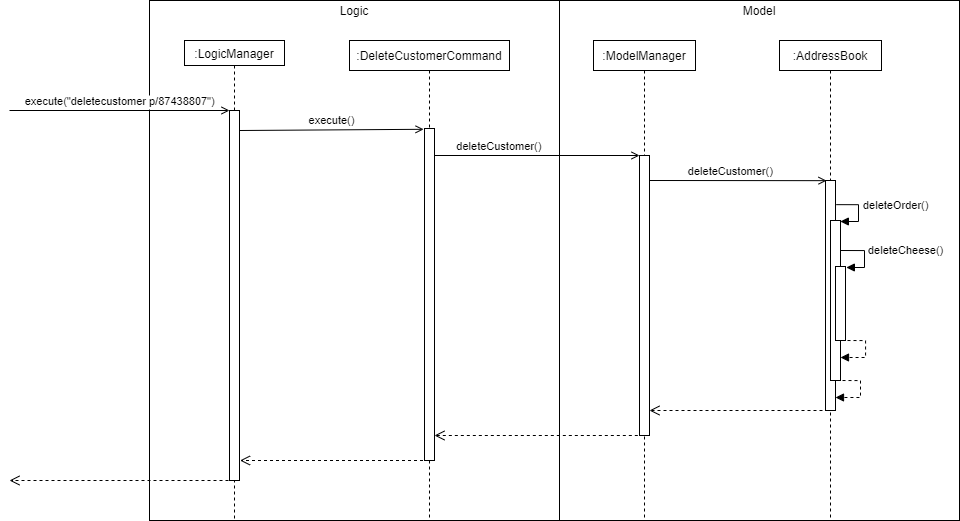
Earlier version of the draw.io export docs/images/DeleteCustomerSeqDiagram_CHIM.png (nus-cs2103-AY2021S2/tp). Source tidied: cells renumbered, new cells last; positions are measured from the earlier drawing's top-left corner, leaving out a move shared by most shapes.
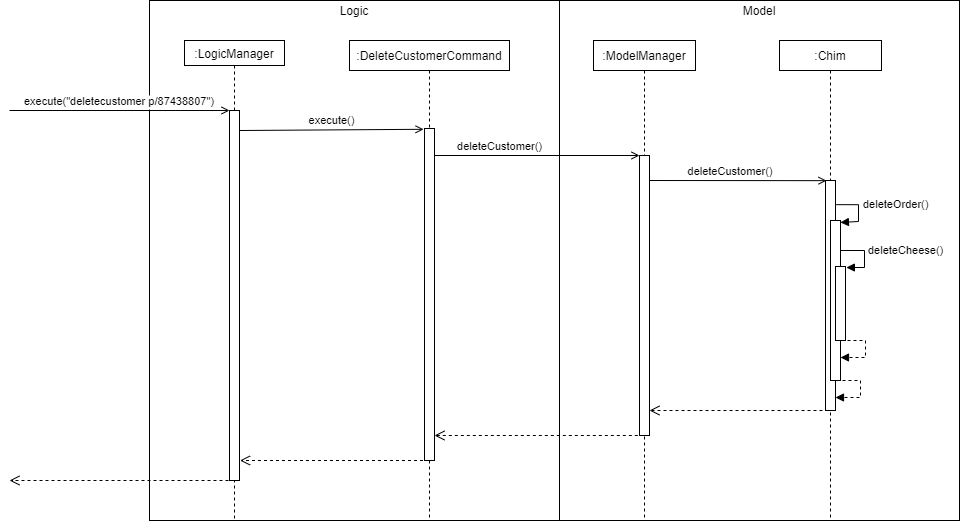
The same file after the commit.

What changed in the source:
```diff
@@ -60,7 +60,7 @@
     <mxCell id="16" style="html=1;perimeter=orthogonalPerimeter;fontColor=none;" parent="1" vertex="1">
       <mxGeometry x="415" y="128" width="10" height="332" as="geometry" />
     </mxCell>
-    <mxCell id="17" value=":AddressBook" style="shape=umlLifeline;perimeter=lifelinePerimeter;rounded=0;shadow=0;strokeWidth=1;size=30;" parent="1" vertex="1">
+    <mxCell id="17" value=":Chim" style="shape=umlLifeline;perimeter=lifelinePerimeter;rounded=0;shadow=0;strokeWidth=1;size=30;" parent="1" vertex="1">
       <mxGeometry x="770" y="40" width="102" height="480" as="geometry" />
     </mxCell>
     <mxCell id="18" value="deleteCustomer()" style="verticalAlign=bottom;endArrow=open;shadow=0;strokeWidth=1;endFill=0;entryX=0.461;entryY=0.292;entryDx=0;entryDy=0;entryPerimeter=0;" parent="1" edge="1" target="17">
```
